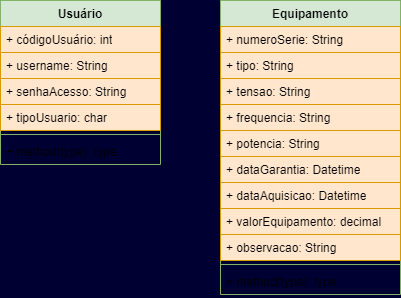
The draw.io diagram DiagramaProjeto.drawio.png in IgorDias1998/sistema_login, before a commit. Source tidied: cells renumbered, new cells last; positions are measured from the earlier drawing's top-left corner, leaving out a move shared by most shapes.
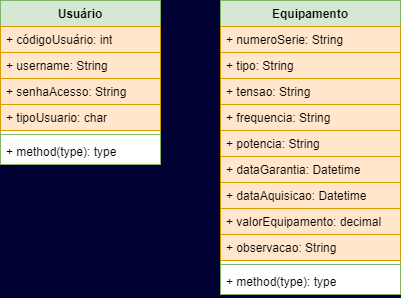
Above is the later version.

Diff of the diagram source:
```diff
@@ -2,7 +2,7 @@
   <root>
     <mxCell id="0" />
     <mxCell id="1" parent="0" />
-    <mxCell id="2" value="Equipamento" style="swimlane;fontStyle=1;align=center;verticalAlign=top;horizontal=1;startSize=26;whiteSpace=wrap;html=1;fillColor=#d5e8d4;strokeColor=#82b366;" parent="1" vertex="1">
+    <mxCell id="2" value="Equipamento" style="swimlane;fontStyle=1;align=center;verticalAlign=top;horizontal=1;startSize=26;whiteSpace=wrap;html=1;fillColor=#d5e8d4;strokeColor=#82b366;swimlaneFillColor=default;gradientColor=none;" parent="1" vertex="1">
       <mxGeometry x="220" width="180" height="294" as="geometry" />
     </mxCell>
     <mxCell id="3" value="+ numeroSerie: String&lt;div&gt;&lt;br&gt;&lt;/div&gt;" style="text;strokeColor=#d79b00;fillColor=#ffe6cc;align=left;verticalAlign=top;spacingLeft=4;spacingRight=4;overflow=hidden;whiteSpace=wrap;html=1;" parent="2" vertex="1">
@@ -38,10 +38,10 @@
     <mxCell id="13" value="+ method(type): type" style="text;strokeColor=none;fillColor=none;align=left;verticalAlign=top;spacingLeft=4;spacingRight=4;overflow=hidden;whiteSpace=wrap;html=1;" parent="2" vertex="1">
       <mxGeometry y="268" width="180" height="26" as="geometry" />
     </mxCell>
-    <mxCell id="14" value="Usuário" style="swimlane;fontStyle=1;align=center;verticalAlign=top;horizontal=1;startSize=26;whiteSpace=wrap;html=1;fillColor=#d5e8d4;strokeColor=#82b366;" parent="1" vertex="1">
+    <mxCell id="14" value="Usuário" style="swimlane;fontStyle=1;align=center;verticalAlign=top;horizontal=1;startSize=26;whiteSpace=wrap;html=1;fillColor=#d5e8d4;strokeColor=#82b366;swimlaneFillColor=default;" parent="1" vertex="1">
       <mxGeometry width="160" height="164" as="geometry" />
     </mxCell>
-    <mxCell id="15" value="+ códigoUsuário: int&lt;div&gt;&lt;br&gt;&lt;/div&gt;" style="text;strokeColor=#d79b00;fillColor=#ffe6cc;align=left;verticalAlign=top;spacingLeft=4;spacingRight=4;overflow=hidden;whiteSpace=wrap;html=1;" parent="14" vertex="1">
+    <mxCell id="15" value="+ códigoUsuário: int&lt;div&gt;&lt;br&gt;&lt;/div&gt;" style="text;strokeColor=#d79b00;fillColor=#ffe6cc;align=left;verticalAlign=top;spacingLeft=4;spacingRight=4;overflow=hidden;whiteSpace=wrap;html=1;gradientColor=none;" parent="14" vertex="1">
       <mxGeometry y="26" width="160" height="26" as="geometry" />
     </mxCell>
     <mxCell id="16" value="+ username: String&lt;div&gt;&lt;br&gt;&lt;/div&gt;" style="text;strokeColor=#d79b00;fillColor=#ffe6cc;align=left;verticalAlign=top;spacingLeft=4;spacingRight=4;overflow=hidden;whiteSpace=wrap;html=1;" parent="14" vertex="1">
```
